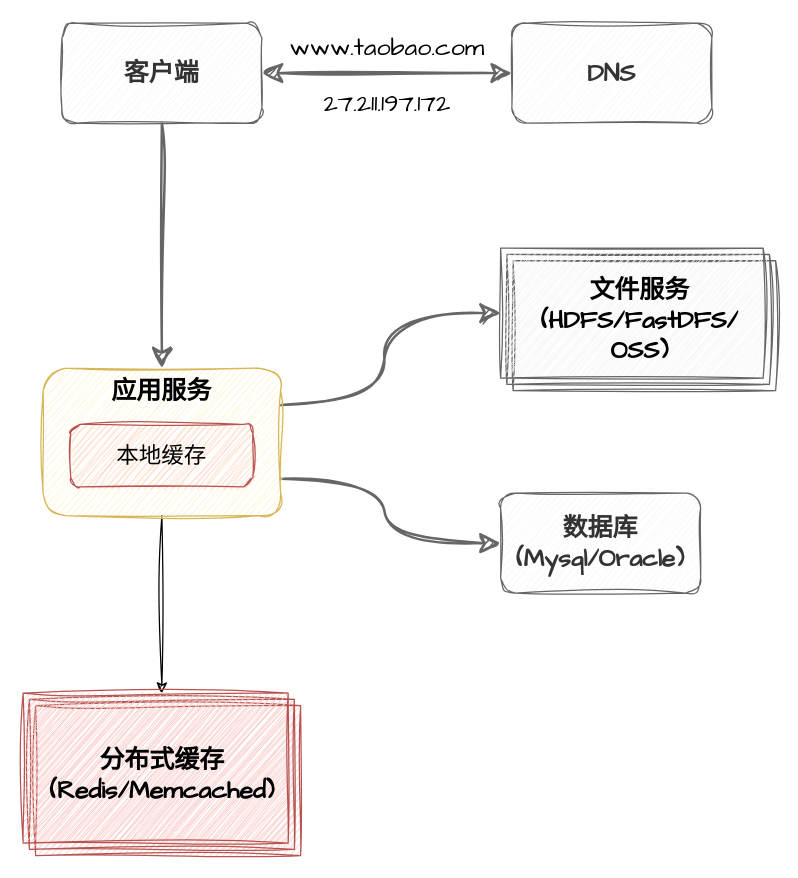
Above: page "分布式缓存" (3 of 11) of assets/分布式/分布式发展.drawio in dunwu/waterdrop (draw.io), before the change. Source tidied: cells renumbered, new cells numbered last; positions are measured from the earlier drawing's top-left corner, leaving out a move shared by most shapes. Both pictures are drawn from the tidied source at 125%, with x=0, y=0 at pixel (22, 21).
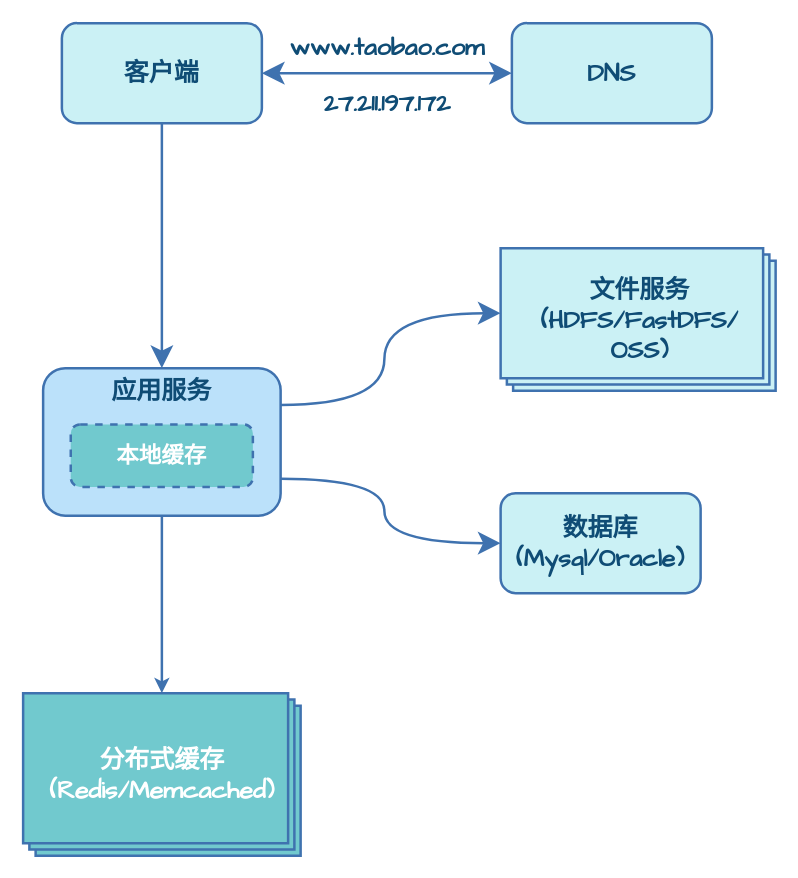
The same diagram, later.

Change to the diagram source:
```diff
@@
 <mxGraphModel>
   <root>
     <mxCell id="0" />
     <mxCell id="1" parent="0" />
-    <mxCell id="2" style="edgeStyle=orthogonalEdgeStyle;rounded=1;sketch=1;hachureGap=4;jiggle=2;curveFitting=1;jettySize=auto;html=1;exitX=0.5;exitY=1;exitDx=0;exitDy=0;entryX=0.5;entryY=0;entryDx=0;entryDy=0;fontFamily=Comic Sans MS;fontSize=20;fontStyle=1;strokeWidth=2;endSize=12;fillColor=#f5f5f5;strokeColor=#666666;startSize=12;" parent="1" edge="1" source="3" target="12">
+    <mxCell id="2" style="edgeStyle=orthogonalEdgeStyle;rounded=1;hachureGap=4;jettySize=auto;html=1;exitX=0.5;exitY=1;exitDx=0;exitDy=0;entryX=0.5;entryY=0;entryDx=0;entryDy=0;fontFamily=Comic Sans MS;fontSize=20;fontStyle=1;strokeWidth=2;endSize=12;fillColor=#f5f5f5;strokeColor=#3F72AF;startSize=12;fontColor=#0F4C75;" parent="1" edge="1" source="3" target="12">
       <mxGeometry relative="1" as="geometry" />
     </mxCell>
-    <mxCell id="3" value="客户端" style="rounded=1;whiteSpace=wrap;html=1;sketch=1;hachureGap=4;jiggle=2;curveFitting=1;fontFamily=Comic Sans MS;fontSize=20;fillColor=#f5f5f5;fontColor=#333333;strokeColor=#666666;shadow=0;fontStyle=1;" parent="1" vertex="1">
+    <mxCell id="3" value="客户端" style="rounded=1;whiteSpace=wrap;html=1;hachureGap=4;fontFamily=Comic Sans MS;fontSize=20;fillColor=#CBF1F5;fontColor=#0F4C75;strokeColor=#3F72AF;shadow=0;fontStyle=1;strokeWidth=2;" parent="1" vertex="1">
       <mxGeometry x="31" y="1" width="160" height="80" as="geometry" />
     </mxCell>
-    <mxCell id="4" value="DNS" style="rounded=1;whiteSpace=wrap;html=1;sketch=1;hachureGap=4;jiggle=2;curveFitting=1;fontFamily=Comic Sans MS;fontSize=20;fillColor=#f5f5f5;fontColor=#333333;strokeColor=#666666;shadow=0;fontStyle=1;" parent="1" vertex="1">
+    <mxCell id="4" value="DNS" style="rounded=1;whiteSpace=wrap;html=1;hachureGap=4;fontFamily=Comic Sans MS;fontSize=20;fillColor=#CBF1F5;fontColor=#0F4C75;strokeColor=#3F72AF;shadow=0;fontStyle=1;strokeWidth=2;" parent="1" vertex="1">
       <mxGeometry x="391" y="1" width="160" height="80" as="geometry" />
     </mxCell>
-    <mxCell id="5" style="edgeStyle=orthogonalEdgeStyle;rounded=0;sketch=1;hachureGap=4;jiggle=2;curveFitting=1;jettySize=auto;html=1;entryX=0;entryY=0.5;entryDx=0;entryDy=0;fontFamily=Comic Sans MS;fontSize=20;startArrow=classic;startFill=1;strokeWidth=2;endSize=12;fillColor=#f5f5f5;strokeColor=#666666;startSize=12;fontStyle=1;" parent="1" edge="1" source="3" target="4">
+    <mxCell id="5" style="edgeStyle=orthogonalEdgeStyle;rounded=0;hachureGap=4;jettySize=auto;html=1;entryX=0;entryY=0.5;entryDx=0;entryDy=0;fontFamily=Comic Sans MS;fontSize=20;startArrow=classic;startFill=1;strokeWidth=2;endSize=12;fillColor=#f5f5f5;strokeColor=#3F72AF;startSize=12;fontStyle=1;fontColor=#0F4C75;" parent="1" edge="1" source="3" target="4">
       <mxGeometry relative="1" as="geometry" />
     </mxCell>
-    <mxCell id="6" style="edgeStyle=orthogonalEdgeStyle;sketch=1;hachureGap=4;jiggle=2;curveFitting=1;jettySize=auto;html=1;exitX=1;exitY=0.75;exitDx=0;exitDy=0;entryX=0;entryY=0.5;entryDx=0;entryDy=0;fontFamily=Comic Sans MS;fontSize=20;fontStyle=1;strokeWidth=2;endSize=12;fillColor=#f5f5f5;strokeColor=#666666;startSize=12;curved=1;" parent="1" edge="1" source="12" target="10">
+    <mxCell id="6" style="edgeStyle=orthogonalEdgeStyle;hachureGap=4;jettySize=auto;html=1;exitX=1;exitY=0.75;exitDx=0;exitDy=0;entryX=0;entryY=0.5;entryDx=0;entryDy=0;fontFamily=Comic Sans MS;fontSize=20;fontStyle=1;strokeWidth=2;endSize=12;fillColor=#f5f5f5;strokeColor=#3F72AF;startSize=12;curved=1;fontColor=#0F4C75;" parent="1" edge="1" source="12" target="10">
       <mxGeometry relative="1" as="geometry" />
     </mxCell>
-    <mxCell id="7" style="edgeStyle=orthogonalEdgeStyle;sketch=1;hachureGap=4;jiggle=2;curveFitting=1;jettySize=auto;html=1;exitX=1;exitY=0.25;exitDx=0;exitDy=0;entryX=0;entryY=0;entryDx=0;entryDy=52;fontFamily=Comic Sans MS;fontSize=20;fontStyle=1;strokeWidth=2;endSize=12;fillColor=#f5f5f5;strokeColor=#666666;startSize=12;curved=1;entryPerimeter=0;" parent="1" edge="1" source="12" target="17">
+    <mxCell id="7" style="edgeStyle=orthogonalEdgeStyle;hachureGap=4;jettySize=auto;html=1;exitX=1;exitY=0.25;exitDx=0;exitDy=0;entryX=0;entryY=0;entryDx=0;entryDy=52;fontFamily=Comic Sans MS;fontSize=20;fontStyle=1;strokeWidth=2;endSize=12;fillColor=#f5f5f5;strokeColor=#3F72AF;startSize=12;curved=1;entryPerimeter=0;fontColor=#0F4C75;" parent="1" edge="1" source="12" target="17">
       <mxGeometry relative="1" as="geometry" />
     </mxCell>
-    <mxCell id="8" value="27.211.197.172" style="text;html=1;align=center;verticalAlign=middle;strokeColor=none;fillColor=none;fontSize=20;fontFamily=Comic Sans MS;fontStyle=0;" parent="1" vertex="1">
-      <mxGeometry x="211" y="45" width="160" height="40" as="geometry" />
+    <mxCell id="8" value="27.211.197.172" style="text;html=1;align=center;verticalAlign=middle;strokeColor=none;fillColor=none;fontSize=20;fontFamily=Comic Sans MS;fontStyle=1;fontColor=#0F4C75;" parent="1" vertex="1">
+      <mxGeometry x="201" y="45" width="180" height="40" as="geometry" />
     </mxCell>
-    <mxCell id="9" value="www.taobao.com" style="text;html=1;align=center;verticalAlign=middle;strokeColor=none;fillColor=none;fontSize=20;fontFamily=Comic Sans MS;fontStyle=0;" parent="1" vertex="1">
-      <mxGeometry x="206" width="170" height="40" as="geometry" />
+    <mxCell id="9" value="www.taobao.com" style="text;html=1;align=center;verticalAlign=middle;strokeColor=none;fillColor=none;fontSize=20;fontFamily=Comic Sans MS;fontStyle=1;fontColor=#0F4C75;" parent="1" vertex="1">
+      <mxGeometry x="201" width="180" height="40" as="geometry" />
     </mxCell>
-    <mxCell id="10" value="&lt;div style=&quot;border-color: var(--border-color); font-size: 20px;&quot;&gt;&lt;div style=&quot;border-color: var(--border-color); font-size: 20px;&quot;&gt;&lt;div style=&quot;border-color: var(--border-color); font-size: 20px;&quot;&gt;数据库&lt;/div&gt;&lt;div style=&quot;border-color: var(--border-color); font-size: 20px;&quot;&gt;(Mysql/Oracle)&lt;/div&gt;&lt;/div&gt;&lt;/div&gt;" style="rounded=1;whiteSpace=wrap;html=1;sketch=1;hachureGap=4;jiggle=2;curveFitting=1;fontFamily=Comic Sans MS;fontSize=20;fillColor=#f5f5f5;fontColor=#333333;strokeColor=#666666;shadow=0;fontStyle=1;" parent="1" vertex="1">
+    <mxCell id="10" value="&lt;div style=&quot;border-color: var(--border-color); font-size: 20px;&quot;&gt;&lt;div style=&quot;border-color: var(--border-color); font-size: 20px;&quot;&gt;&lt;div style=&quot;border-color: var(--border-color); font-size: 20px;&quot;&gt;数据库&lt;/div&gt;&lt;div style=&quot;border-color: var(--border-color); font-size: 20px;&quot;&gt;(Mysql/Oracle)&lt;/div&gt;&lt;/div&gt;&lt;/div&gt;" style="rounded=1;whiteSpace=wrap;html=1;hachureGap=4;fontFamily=Comic Sans MS;fontSize=20;fillColor=#CBF1F5;fontColor=#0F4C75;strokeColor=#3F72AF;shadow=0;fontStyle=1;strokeWidth=2;" parent="1" vertex="1">
       <mxGeometry x="382" y="377" width="160" height="80" as="geometry" />
     </mxCell>
-    <mxCell id="11" style="edgeStyle=orthogonalEdgeStyle;rounded=0;sketch=1;hachureGap=4;jiggle=2;curveFitting=1;jettySize=auto;html=1;exitX=0.5;exitY=1;exitDx=0;exitDy=0;fontFamily=Comic Sans MS;fontSize=20;" parent="1" edge="1" source="12" target="15">
+    <mxCell id="11" style="edgeStyle=orthogonalEdgeStyle;rounded=0;hachureGap=4;jettySize=auto;html=1;exitX=0.5;exitY=1;exitDx=0;exitDy=0;fontFamily=Comic Sans MS;fontSize=20;fontColor=#FFFFFF;strokeWidth=2;strokeColor=#3F72AF;fontStyle=1;" parent="1" edge="1" source="12" target="15">
       <mxGeometry relative="1" as="geometry" />
     </mxCell>
-    <mxCell id="12" value="&lt;div style=&quot;font-size: 20px;&quot;&gt;&lt;div style=&quot;font-size: 20px;&quot;&gt;应用服务&lt;/div&gt;&lt;/div&gt;" style="rounded=1;whiteSpace=wrap;html=1;sketch=1;hachureGap=4;jiggle=2;curveFitting=1;fontFamily=Comic Sans MS;fontSize=20;fillColor=#fff2cc;strokeColor=#d6b656;fontStyle=1;verticalAlign=top;shadow=0;" parent="1" vertex="1">
+    <mxCell id="12" value="&lt;div style=&quot;font-size: 20px;&quot;&gt;&lt;div style=&quot;font-size: 20px;&quot;&gt;应用服务&lt;/div&gt;&lt;/div&gt;" style="rounded=1;whiteSpace=wrap;html=1;hachureGap=4;fontFamily=Comic Sans MS;fontSize=20;fillColor=#BBE1FA;strokeColor=#3F72AF;fontStyle=1;verticalAlign=top;shadow=0;fontColor=#0F4C75;strokeWidth=2;" parent="1" vertex="1">
       <mxGeometry x="16" y="277" width="190" height="118" as="geometry" />
     </mxCell>
-    <mxCell id="13" value="本地缓存" style="rounded=1;whiteSpace=wrap;html=1;sketch=1;hachureGap=4;jiggle=2;curveFitting=1;fontFamily=Comic Sans MS;fontSize=18;fillColor=#f8cecc;strokeColor=#b85450;" parent="1" vertex="1">
+    <mxCell id="13" value="本地缓存" style="rounded=1;whiteSpace=wrap;html=1;hachureGap=4;fontFamily=Comic Sans MS;fontSize=18;fillColor=#71C9CE;strokeColor=#3F72AF;fontColor=#FFFFFF;strokeWidth=2;fontStyle=1;dashed=1;" parent="1" vertex="1">
       <mxGeometry x="38.1" y="322" width="145.7" height="50" as="geometry" />
     </mxCell>
-    <mxCell id="14" style="group;fontFamily=Comic Sans MS;fontSize=20;" parent="1" vertex="1">
-      <mxGeometry y="537" width="222" height="130" as="geometry" />
-    </mxCell>
+    <mxCell id="17" style="verticalLabelPosition=bottom;verticalAlign=top;html=1;shape=mxgraph.basic.layered_rect;dx=10;outlineConnect=0;whiteSpace=wrap;hachureGap=4;fontFamily=Comic Sans MS;fontSize=20;fontStyle=1;fillColor=#CBF1F5;strokeColor=#3F72AF;shadow=0;fontColor=#0F4C75;strokeWidth=2;" parent="1" vertex="1">
+      <mxGeometry x="382" y="181" width="220" height="114" as="geometry" />
+    </mxCell>
+    <mxCell id="18" value="&lt;div style=&quot;font-size: 20px;&quot;&gt;&lt;div style=&quot;border-color: var(--border-color);&quot;&gt;&lt;div style=&quot;border-color: var(--border-color);&quot;&gt;文件服务&lt;/div&gt;&lt;div style=&quot;border-color: var(--border-color);&quot;&gt;(HDFS/FastDFS/&lt;/div&gt;&lt;div style=&quot;border-color: var(--border-color);&quot;&gt;OSS)&lt;/div&gt;&lt;/div&gt;&lt;/div&gt;" style="text;html=1;align=center;verticalAlign=middle;strokeColor=none;fillColor=none;fontSize=20;fontFamily=Comic Sans MS;fontStyle=1;fontColor=#0F4C75;" parent="1" vertex="1">
+      <mxGeometry x="398" y="193" width="190" height="90" as="geometry" />
+    </mxCell>
-    <mxCell id="15" style="verticalLabelPosition=bottom;verticalAlign=top;html=1;shape=mxgraph.basic.layered_rect;dx=10;outlineConnect=0;whiteSpace=wrap;sketch=1;hachureGap=4;jiggle=2;curveFitting=1;fontFamily=Comic Sans MS;fontSize=20;fontStyle=1;fillColor=#f8cecc;strokeColor=#b85450;shadow=0;" parent="14" vertex="1">
-      <mxGeometry width="222" height="130" as="geometry" />
+    <mxCell id="15" style="verticalLabelPosition=bottom;verticalAlign=top;html=1;shape=mxgraph.basic.layered_rect;dx=10;outlineConnect=0;whiteSpace=wrap;hachureGap=4;fontFamily=Comic Sans MS;fontSize=20;fontStyle=1;fillColor=#71C9CE;strokeColor=#3F72AF;shadow=0;fontColor=#FFFFFF;strokeWidth=2;" parent="1" vertex="1">
+      <mxGeometry y="537" width="222" height="130" as="geometry" />
     </mxCell>
-    <mxCell id="16" value="&lt;div style=&quot;font-size: 20px;&quot;&gt;分布式缓存&lt;/div&gt;&lt;div style=&quot;font-size: 20px;&quot;&gt;(Redis/Memcached)&lt;/div&gt;" style="text;html=1;align=center;verticalAlign=middle;strokeColor=none;fillColor=none;fontSize=20;fontFamily=Comic Sans MS;fontStyle=1;" parent="14" vertex="1">
-      <mxGeometry x="6" y="35" width="210" height="60" as="geometry" />
+    <mxCell id="16" value="&lt;div style=&quot;font-size: 20px;&quot;&gt;分布式缓存&lt;/div&gt;&lt;div style=&quot;font-size: 20px;&quot;&gt;(Redis/Memcached)&lt;/div&gt;" style="text;html=1;align=center;verticalAlign=middle;strokeColor=none;fillColor=none;fontSize=20;fontFamily=Comic Sans MS;fontStyle=1;fontColor=#FFFFFF;" parent="1" vertex="1">
+      <mxGeometry x="6" y="572" width="210" height="60" as="geometry" />
     </mxCell>
-    <mxCell id="17" style="verticalLabelPosition=bottom;verticalAlign=top;html=1;shape=mxgraph.basic.layered_rect;dx=10;outlineConnect=0;whiteSpace=wrap;sketch=1;hachureGap=4;jiggle=2;curveFitting=1;fontFamily=Comic Sans MS;fontSize=20;fontStyle=1;fillColor=#f5f5f5;strokeColor=#666666;shadow=0;fontColor=#333333;" parent="1" vertex="1">
-      <mxGeometry x="382" y="181" width="220" height="114" as="geometry" />
-    </mxCell>
-    <mxCell id="18" value="&lt;div style=&quot;font-size: 20px;&quot;&gt;&lt;div style=&quot;border-color: var(--border-color);&quot;&gt;&lt;div style=&quot;border-color: var(--border-color);&quot;&gt;文件服务&lt;/div&gt;&lt;div style=&quot;border-color: var(--border-color);&quot;&gt;(HDFS/FastDFS/&lt;/div&gt;&lt;div style=&quot;border-color: var(--border-color);&quot;&gt;OSS)&lt;/div&gt;&lt;/div&gt;&lt;/div&gt;" style="text;html=1;align=center;verticalAlign=middle;strokeColor=none;fillColor=none;fontSize=20;fontFamily=Comic Sans MS;fontStyle=1;" parent="1" vertex="1">
-      <mxGeometry x="398" y="193" width="190" height="90" as="geometry" />
-    </mxCell>
   </root>
 </mxGraphModel>
```
